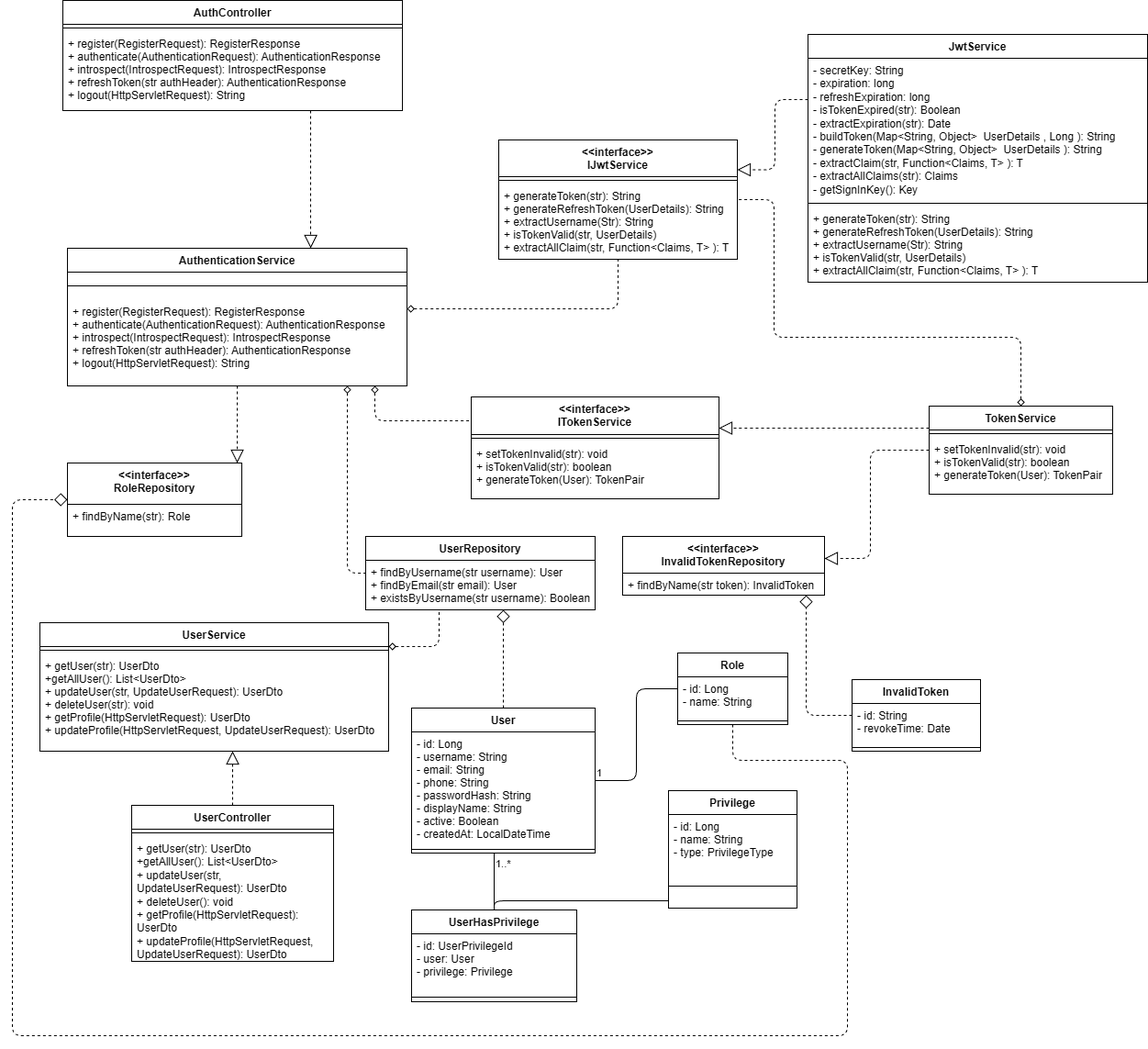
Above: Báo_cáo_KTPM_Nhóm_16_L01_HK251/Images/6. HienThuc/Class(1).png in SpyBurner/KTPM_HK251 (draw.io), before the change. Source tidied: cells renumbered, new cells last; positions are measured from the earlier drawing's top-left corner, leaving out a move shared by most shapes.
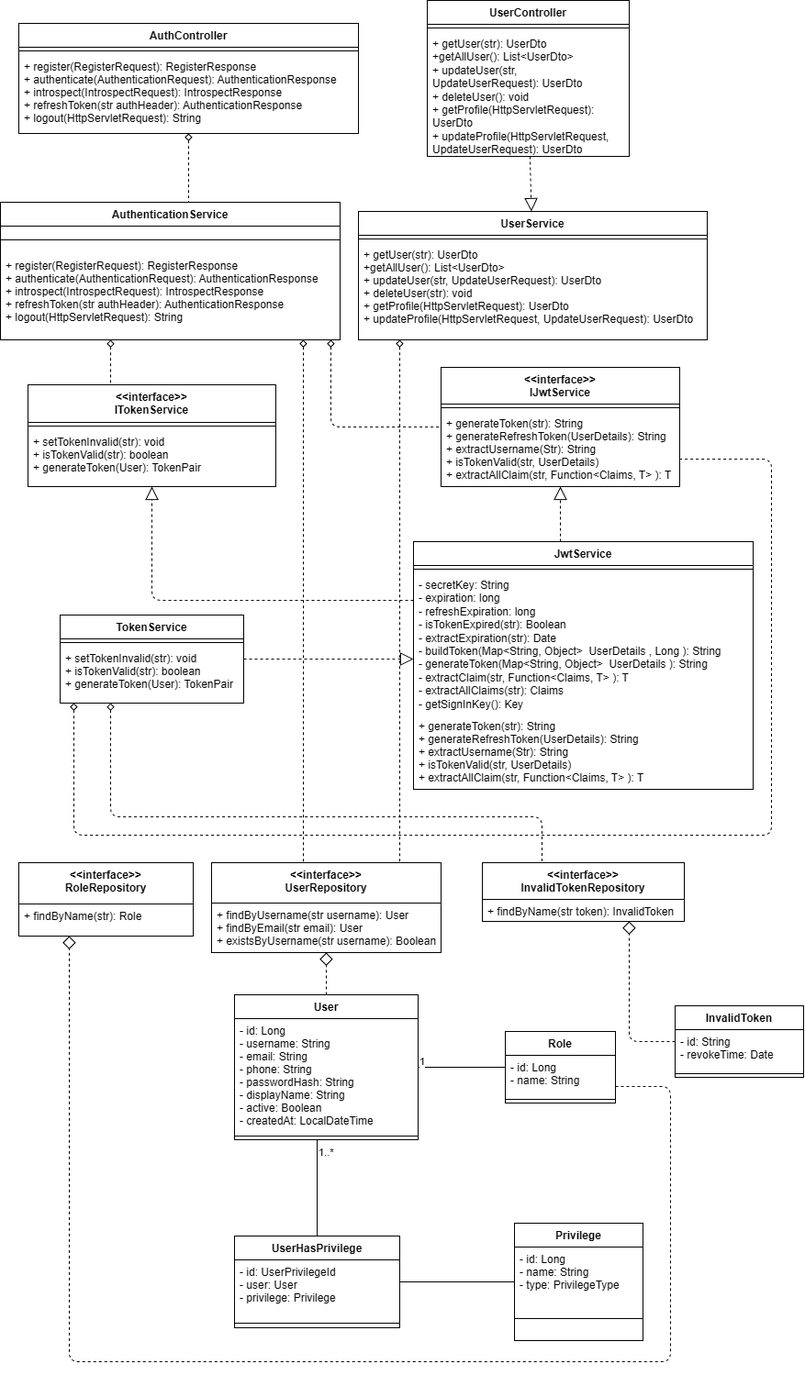
After the commit.

What changed in the source:
```diff
@@ -5,3 +5,3 @@
     <mxCell id="2" value="User" style="swimlane;fontStyle=1;align=center;verticalAlign=top;horizontal=1;startSize=26;" parent="1" vertex="1">
-      <mxGeometry x="435" y="771" width="200" height="158" as="geometry" />
+      <mxGeometry x="785" y="1702" width="200" height="158" as="geometry" />
     </mxCell>
@@ -14,3 +14,3 @@
     <mxCell id="5" value="Role" style="swimlane;fontStyle=1;align=center;verticalAlign=top;horizontal=1;startSize=26;" parent="1" vertex="1">
-      <mxGeometry x="725" y="711" width="120" height="78" as="geometry" />
+      <mxGeometry x="1080" y="1742" width="120" height="78" as="geometry" />
     </mxCell>
@@ -23,3 +23,3 @@
     <mxCell id="8" value="Privilege" style="swimlane;fontStyle=1;align=center;verticalAlign=top;horizontal=1;startSize=26;" parent="1" vertex="1">
-      <mxGeometry x="715" y="861" width="140" height="128" as="geometry" />
+      <mxGeometry x="1090" y="1951" width="140" height="128" as="geometry" />
     </mxCell>
@@ -32,3 +32,3 @@
     <mxCell id="11" value="UserHasPrivilege" style="swimlane;fontStyle=1;align=center;verticalAlign=top;horizontal=1;startSize=26;" parent="1" vertex="1">
-      <mxGeometry x="435" y="991" width="180" height="100" as="geometry" />
+      <mxGeometry x="785" y="1965" width="180" height="100" as="geometry" />
     </mxCell>
@@ -41,3 +41,3 @@
     <mxCell id="14" value="InvalidToken" style="swimlane;fontStyle=1;align=center;verticalAlign=top;horizontal=1;startSize=26;" parent="1" vertex="1">
-      <mxGeometry x="915" y="740" width="140" height="78" as="geometry" />
+      <mxGeometry x="1265" y="1714" width="140" height="78" as="geometry" />
     </mxCell>
@@ -50,7 +50,7 @@
     <mxCell id="17" value="AuthController" style="swimlane;fontStyle=1;align=center;verticalAlign=top;horizontal=1;startSize=26;" parent="1" vertex="1">
-      <mxGeometry x="55" width="370" height="120" as="geometry" />
+      <mxGeometry x="550" y="643" width="370" height="120" as="geometry" />
     </mxCell>
-    <mxCell id="18" style="line;strokeWidth=1;fillColor=none;align=left;verticalAlign=middle;spacingTop=-1;spacingLeft=3;spacingRight=3;labelPosition=right;" parent="17" vertex="1">
-      <mxGeometry y="26" width="370" height="8" as="geometry" />
-    </mxCell>
+    <mxCell id="67" style="line;strokeWidth=1;fillColor=none;align=left;verticalAlign=middle;spacingTop=-1;spacingLeft=3;spacingRight=3;labelPosition=right;" parent="17" vertex="1">
+      <mxGeometry y="26" width="370" height="8" as="geometry" />
+    </mxCell>
     <mxCell id="19" value="+ register(RegisterRequest): RegisterResponse&#10;+ authenticate(AuthenticationRequest): AuthenticationResponse&#10;+ introspect(IntrospectRequest): IntrospectResponse&#10;+ refreshToken(str authHeader): AuthenticationResponse&#10;+ logout(HttpServletRequest): String" style="text;strokeColor=none;fillColor=none;align=left;verticalAlign=top;spacingLeft=4;spacingRight=4;overflow=hidden;" parent="17" vertex="1">
@@ -59,3 +59,3 @@
     <mxCell id="20" value="UserController" style="swimlane;fontStyle=1;align=center;verticalAlign=top;horizontal=1;startSize=26;" parent="1" vertex="1">
-      <mxGeometry x="130" y="877" width="220" height="170" as="geometry" />
+      <mxGeometry x="995" y="618" width="220" height="170" as="geometry" />
     </mxCell>
@@ -68,3 +68,3 @@
     <mxCell id="23" value="AuthenticationService" style="swimlane;fontStyle=1;align=center;verticalAlign=top;horizontal=1;startSize=26;" parent="1" vertex="1">
-      <mxGeometry x="60" y="270" width="370" height="150" as="geometry" />
+      <mxGeometry x="530" y="838" width="370" height="150" as="geometry" />
     </mxCell>
@@ -77,3 +77,3 @@
     <mxCell id="26" value="TokenService" style="swimlane;fontStyle=1;align=center;verticalAlign=top;horizontal=1;startSize=26;" parent="1" vertex="1">
-      <mxGeometry x="999" y="442" width="200" height="96" as="geometry" />
+      <mxGeometry x="595" y="1288" width="200" height="96" as="geometry" />
     </mxCell>
@@ -85,22 +85,10 @@
     </mxCell>
-    <mxCell id="29" value="JwtService" style="swimlane;fontStyle=1;align=center;verticalAlign=top;horizontal=1;startSize=26;" parent="1" vertex="1">
-      <mxGeometry x="867" y="37" width="370" height="270" as="geometry" />
-    </mxCell>
-    <mxCell id="30" value="- secretKey: String&#10;- expiration: long&#10;- refreshExpiration: long&#10;- isTokenExpired(str): Boolean&#10;- extractExpiration(str): Date&#10;- buildToken(Map&lt;String, Object&gt;  UserDetails , Long ): String&#10;- generateToken(Map&lt;String, Object&gt;  UserDetails ): String&#10;- extractClaim(str, Function&lt;Claims, T&gt; ): T&#10;- extractAllClaims(str): Claims&#10;- getSignInKey(): Key" style="text;strokeColor=none;fillColor=none;align=left;verticalAlign=top;spacingLeft=4;spacingRight=4;overflow=hidden;fontColor=default;whiteSpace=wrap;" parent="29" vertex="1">
-      <mxGeometry y="26" width="370" height="154" as="geometry" />
-    </mxCell>
-    <mxCell id="31" style="line;strokeWidth=1;fillColor=none;align=left;verticalAlign=middle;spacingTop=-1;spacingLeft=3;spacingRight=3;labelPosition=right;" parent="29" vertex="1">
-      <mxGeometry y="180" width="370" height="8" as="geometry" />
-    </mxCell>
-    <mxCell id="32" value="+ generateToken(str): String&#10;+ generateRefreshToken(UserDetails): String&#10;+ extractUsername(Str): String&#10;+ isTokenValid(str, UserDetails)&#10;+ extractAllClaim(str, Function&lt;Claims, T&gt; ): T" style="text;strokeColor=none;fillColor=none;align=left;verticalAlign=top;spacingLeft=4;spacingRight=4;overflow=hidden;" parent="29" vertex="1">
-      <mxGeometry y="188" width="370" height="82" as="geometry" />
-    </mxCell>
-    <mxCell id="33" value="UserRepository" style="swimlane;fontStyle=1;align=center;verticalAlign=top;horizontal=1;startSize=26;" parent="1" vertex="1">
-      <mxGeometry x="385" y="584" width="250" height="80" as="geometry" />
-    </mxCell>
+    <mxCell id="68" value="&lt;&lt;interface&gt;&gt;&#10;UserRepository" style="swimlane;fontStyle=1;align=center;verticalAlign=top;horizontal=1;startSize=44;" parent="1" vertex="1">
+      <mxGeometry x="760" y="1558" width="250" height="98" as="geometry" />
+    </mxCell>
-    <mxCell id="34" value="+ findByUsername(str username): User&#10;+ findByEmail(str email): User&#10;+ existsByUsername(str username): Boolean" style="text;strokeColor=none;fillColor=none;align=left;verticalAlign=top;spacingLeft=4;spacingRight=4;overflow=hidden;" parent="33" vertex="1">
-      <mxGeometry y="26" width="250" height="54" as="geometry" />
+    <mxCell id="34" value="+ findByUsername(str username): User&#10;+ findByEmail(str email): User&#10;+ existsByUsername(str username): Boolean" style="text;strokeColor=none;fillColor=none;align=left;verticalAlign=top;spacingLeft=4;spacingRight=4;overflow=hidden;" parent="68" vertex="1">
+      <mxGeometry y="44" width="250" height="54" as="geometry" />
     </mxCell>
     <mxCell id="35" value="&lt;&lt;interface&gt;&gt;&#10;RoleRepository" style="swimlane;fontStyle=1;align=center;verticalAlign=top;horizontal=1;startSize=45;" parent="1" vertex="1">
-      <mxGeometry x="60" y="504" width="190" height="80" as="geometry" />
+      <mxGeometry x="550" y="1558" width="190" height="80" as="geometry" />
     </mxCell>
@@ -118,4 +106,4 @@
         <Array as="points">
-          <mxPoint x="525" y="961" />
-          <mxPoint x="525" y="961" />
+          <mxPoint x="875" y="1935" />
+          <mxPoint x="875" y="1935" />
         </Array>
@@ -131,4 +119,3 @@
         <Array as="points">
-          <mxPoint x="745" y="981" />
-          <mxPoint x="525" y="981" />
+          <mxPoint x="1135" y="2022" />
         </Array>
@@ -136,7 +123,7 @@
     </mxCell>
-    <mxCell id="42" style="endArrow=block;dashed=1;html=1;endFill=0;endSize=12;edgeStyle=orthogonalEdgeStyle;" parent="1" edge="1" source="17" target="23">
+    <mxCell id="42" style="endArrow=none;dashed=1;html=1;endFill=0;endSize=12;edgeStyle=orthogonalEdgeStyle;startArrow=diamond;startFill=0;" parent="1" edge="1" source="17" target="23">
       <mxGeometry relative="1" as="geometry">
         <Array as="points">
-          <mxPoint x="325" y="188" />
-          <mxPoint x="325" y="188" />
+          <mxPoint x="600" y="878" />
+          <mxPoint x="600" y="878" />
         </Array>
@@ -147,3 +134,4 @@
         <Array as="points">
-          <mxPoint x="395" y="458" />
+          <mxPoint x="650" y="1028" />
+          <mxPoint x="650" y="1028" />
         </Array>
@@ -151,11 +139,12 @@
     </mxCell>
-    <mxCell id="44" style="endArrow=none;dashed=1;html=1;endFill=0;endSize=12;edgeStyle=orthogonalEdgeStyle;startArrow=diamond;startFill=0;" parent="1" edge="1" source="23" target="33">
-      <mxGeometry relative="1" as="geometry">
-        <Array as="points">
-          <mxPoint x="365" y="624" />
-        </Array>
-      </mxGeometry>
-    </mxCell>
+    <mxCell id="69" style="endArrow=none;dashed=1;html=1;endFill=0;endSize=12;edgeStyle=orthogonalEdgeStyle;startArrow=diamond;startFill=0;" parent="1" edge="1" source="23" target="68">
+      <mxGeometry relative="1" as="geometry">
+        <Array as="points">
+          <mxPoint x="860" y="1198" />
+          <mxPoint x="860" y="1198" />
+        </Array>
+      </mxGeometry>
+    </mxCell>
     <mxCell id="45" value="&lt;&lt;interface&gt;&gt;&#10;ITokenService" style="swimlane;fontStyle=1;align=center;verticalAlign=top;horizontal=1;startSize=41;" parent="1" vertex="1">
-      <mxGeometry x="500" y="432" width="270" height="111" as="geometry" />
+      <mxGeometry x="560" y="1037" width="270" height="111" as="geometry" />
     </mxCell>
@@ -168,3 +157,3 @@
     <mxCell id="48" value="&lt;&lt;interface&gt;&gt;&#10;IJwtService" style="swimlane;fontStyle=1;align=center;verticalAlign=top;horizontal=1;startSize=40;" parent="1" vertex="1">
-      <mxGeometry x="530" y="152" width="260" height="130" as="geometry" />
+      <mxGeometry x="1010" y="1018" width="260" height="130" as="geometry" />
     </mxCell>
@@ -176,10 +165,9 @@
     </mxCell>
-    <mxCell id="51" style="endArrow=block;dashed=1;html=1;endFill=0;endSize=12;edgeStyle=orthogonalEdgeStyle;exitX=0;exitY=0.25;exitDx=0;exitDy=0;" parent="1" edge="1" source="26" target="45">
-      <mxGeometry relative="1" as="geometry">
-        <Array as="points">
-          <mxPoint x="796" y="466" />
-          <mxPoint x="796" y="466" />
-        </Array>
-      </mxGeometry>
-    </mxCell>
+    <mxCell id="70" style="endArrow=block;dashed=1;html=1;endFill=0;endSize=12;edgeStyle=orthogonalEdgeStyle;" parent="1" edge="1" source="29" target="45">
+      <mxGeometry relative="1" as="geometry">
+        <Array as="points">
+          <mxPoint x="695" y="1272" />
+        </Array>
+      </mxGeometry>
+    </mxCell>
     <mxCell id="52" style="endArrow=none;dashed=1;html=1;endFill=0;edgeStyle=orthogonalEdgeStyle;startArrow=diamond;startFill=0;" parent="1" edge="1" source="26" target="48">
@@ -187,5 +175,5 @@
         <Array as="points">
-          <mxPoint x="1099" y="367" />
-          <mxPoint x="830" y="367" />
-          <mxPoint x="830" y="217" />
+          <mxPoint x="610" y="1528" />
+          <mxPoint x="1370" y="1528" />
+          <mxPoint x="1370" y="1118" />
         </Array>
@@ -196,4 +184,3 @@
         <Array as="points">
-          <mxPoint x="465" y="336" />
-          <mxPoint x="465" y="336" />
+          <mxPoint x="890" y="1083" />
         </Array>
@@ -201,12 +188,4 @@
     </mxCell>
-    <mxCell id="54" style="endArrow=block;dashed=1;html=1;endFill=0;endSize=12;edgeStyle=orthogonalEdgeStyle;" parent="1" edge="1" source="23" target="35">
-      <mxGeometry relative="1" as="geometry">
-        <Array as="points">
-          <mxPoint x="175" y="369" />
-          <mxPoint x="175" y="488" />
-        </Array>
-      </mxGeometry>
-    </mxCell>
     <mxCell id="55" value="&lt;&lt;interface&gt;&gt;&#10;InvalidTokenRepository" style="swimlane;fontStyle=1;align=center;verticalAlign=top;horizontal=1;startSize=40;" parent="1" vertex="1">
-      <mxGeometry x="665" y="584" width="220" height="64" as="geometry" />
+      <mxGeometry x="1055" y="1558" width="220" height="64" as="geometry" />
     </mxCell>
@@ -215,6 +194,7 @@
     </mxCell>
-    <mxCell id="57" style="endArrow=block;dashed=1;html=1;endFill=0;endSize=12;edgeStyle=orthogonalEdgeStyle;" parent="1" edge="1" source="26" target="55">
+    <mxCell id="57" style="endArrow=none;dashed=1;html=1;endFill=0;endSize=12;edgeStyle=orthogonalEdgeStyle;startArrow=diamond;startFill=0;" parent="1" edge="1" source="26" target="55">
       <mxGeometry relative="1" as="geometry">
         <Array as="points">
-          <mxPoint x="935" y="608" />
+          <mxPoint x="650" y="1508" />
+          <mxPoint x="1120" y="1508" />
         </Array>
@@ -223,3 +203,3 @@
     <mxCell id="58" value="UserService" style="swimlane;fontStyle=1;align=center;verticalAlign=top;horizontal=1;startSize=26;" parent="1" vertex="1">
-      <mxGeometry x="30" y="678" width="380" height="140" as="geometry" />
+      <mxGeometry x="920" y="848" width="380" height="140" as="geometry" />
     </mxCell>
@@ -231,22 +211,18 @@
     </mxCell>
-    <mxCell id="61" style="endArrow=block;dashed=1;html=1;endFill=0;endSize=12;edgeStyle=orthogonalEdgeStyle;" parent="1" edge="1" source="20" target="58">
-      <mxGeometry relative="1" as="geometry">
-        <Array as="points">
-          <mxPoint x="240" y="838" />
-          <mxPoint x="240" y="838" />
-        </Array>
-      </mxGeometry>
+    <mxCell id="61" style="endArrow=block;dashed=1;html=1;endFill=0;endSize=12;" parent="1" edge="1" source="20" target="58">
+      <mxGeometry relative="1" as="geometry" />
     </mxCell>
-    <mxCell id="62" style="endArrow=none;dashed=1;html=1;endFill=0;endSize=12;edgeStyle=orthogonalEdgeStyle;startArrow=diamond;startFill=0;" parent="1" edge="1" source="58" target="33">
-      <mxGeometry relative="1" as="geometry">
-        <Array as="points">
-          <mxPoint x="465" y="704" />
-        </Array>
-      </mxGeometry>
-    </mxCell>
+    <mxCell id="71" style="endArrow=none;dashed=1;html=1;endFill=0;endSize=12;edgeStyle=orthogonalEdgeStyle;startArrow=diamond;startFill=0;" parent="1" edge="1" source="58" target="68">
+      <mxGeometry relative="1" as="geometry">
+        <Array as="points">
+          <mxPoint x="965" y="1348" />
+          <mxPoint x="965" y="1348" />
+        </Array>
+      </mxGeometry>
+    </mxCell>
-    <mxCell id="63" style="endArrow=block;dashed=1;html=1;endFill=0;endSize=12;edgeStyle=orthogonalEdgeStyle;entryX=1;entryY=0.25;entryDx=0;entryDy=0;" parent="1" edge="1" source="29" target="48">
+    <mxCell id="63" style="endArrow=block;dashed=1;html=1;endFill=0;endSize=12;edgeStyle=orthogonalEdgeStyle;" parent="1" edge="1" source="29" target="48">
       <mxGeometry relative="1" as="geometry">
         <Array as="points">
-          <mxPoint x="831" y="108" />
-          <mxPoint x="831" y="184" />
+          <mxPoint x="1140" y="1198" />
+          <mxPoint x="1140" y="1198" />
         </Array>
@@ -254,10 +230,10 @@
     </mxCell>
-    <mxCell id="64" style="endArrow=diamond;dashed=1;html=1;endFill=0;endSize=12;edgeStyle=orthogonalEdgeStyle;miterlimit=4;" parent="1" edge="1" source="2" target="33">
-      <mxGeometry relative="1" as="geometry">
-        <Array as="points">
-          <mxPoint x="535" y="694" />
-          <mxPoint x="535" y="694" />
-        </Array>
-      </mxGeometry>
-    </mxCell>
+    <mxCell id="72" style="endArrow=diamond;dashed=1;html=1;endFill=0;endSize=12;edgeStyle=orthogonalEdgeStyle;miterlimit=4;" parent="1" edge="1" source="2" target="68">
+      <mxGeometry relative="1" as="geometry">
+        <Array as="points">
+          <mxPoint x="885" y="1668" />
+          <mxPoint x="885" y="1668" />
+        </Array>
+      </mxGeometry>
+    </mxCell>
     <mxCell id="65" style="endArrow=diamond;dashed=1;html=1;endFill=0;endSize=12;edgeStyle=orthogonalEdgeStyle;miterlimit=4;" parent="1" edge="1" source="14" target="55">
@@ -265,3 +241,3 @@
         <Array as="points">
-          <mxPoint x="865" y="779" />
+          <mxPoint x="1215" y="1753" />
         </Array>
@@ -272,7 +248,6 @@
         <Array as="points">
-          <mxPoint x="785" y="828" />
-          <mxPoint x="910" y="828" />
-          <mxPoint x="910" y="1128" />
-          <mxPoint y="1128" />
-          <mxPoint y="544" />
+          <mxPoint x="1135" y="1802" />
+          <mxPoint x="1260" y="1802" />
+          <mxPoint x="1260" y="2102" />
+          <mxPoint x="605" y="2102" />
         </Array>
@@ -280,2 +255,22 @@
     </mxCell>
+    <mxCell id="73" style="endArrow=block;dashed=1;html=1;endFill=0;endSize=12;edgeStyle=orthogonalEdgeStyle;" parent="1" edge="1" source="26" target="29">
+      <mxGeometry relative="1" as="geometry">
+        <Array as="points">
+          <mxPoint x="680" y="1343" />
+          <mxPoint x="680" y="1343" />
+        </Array>
+      </mxGeometry>
+    </mxCell>
+    <mxCell id="29" value="JwtService" style="swimlane;fontStyle=1;align=center;verticalAlign=top;horizontal=1;startSize=26;" parent="1" vertex="1">
+      <mxGeometry x="980" y="1208" width="370" height="270" as="geometry" />
+    </mxCell>
+    <mxCell id="74" style="line;strokeWidth=1;fillColor=none;align=left;verticalAlign=middle;spacingTop=-1;spacingLeft=3;spacingRight=3;labelPosition=right;" parent="29" vertex="1">
+      <mxGeometry y="26" width="370" height="8" as="geometry" />
+    </mxCell>
+    <mxCell id="30" value="- secretKey: String&#10;- expiration: long&#10;- refreshExpiration: long&#10;- isTokenExpired(str): Boolean&#10;- extractExpiration(str): Date&#10;- buildToken(Map&lt;String, Object&gt;  UserDetails , Long ): String&#10;- generateToken(Map&lt;String, Object&gt;  UserDetails ): String&#10;- extractClaim(str, Function&lt;Claims, T&gt; ): T&#10;- extractAllClaims(str): Claims&#10;- getSignInKey(): Key" style="text;strokeColor=none;fillColor=none;align=left;verticalAlign=top;spacingLeft=4;spacingRight=4;overflow=hidden;fontColor=default;whiteSpace=wrap;" parent="29" vertex="1">
+      <mxGeometry y="34" width="370" height="154" as="geometry" />
+    </mxCell>
+    <mxCell id="32" value="+ generateToken(str): String&#10;+ generateRefreshToken(UserDetails): String&#10;+ extractUsername(Str): String&#10;+ isTokenValid(str, UserDetails)&#10;+ extractAllClaim(str, Function&lt;Claims, T&gt; ): T" style="text;strokeColor=none;fillColor=none;align=left;verticalAlign=top;spacingLeft=4;spacingRight=4;overflow=hidden;" parent="29" vertex="1">
+      <mxGeometry y="188" width="370" height="82" as="geometry" />
+    </mxCell>
   </root>
```
